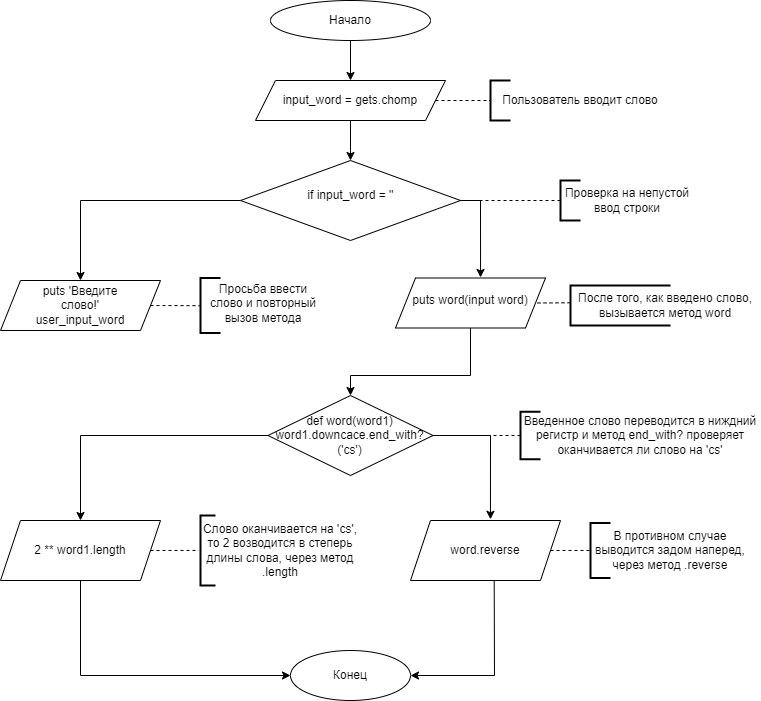
Earlier version of the draw.io export lesson-3/word.drawio.png (Gipnokot/academy-practice). Source tidied: cells renumbered, new cells last; positions are measured from the earlier drawing's top-left corner, leaving out a move shared by most shapes.
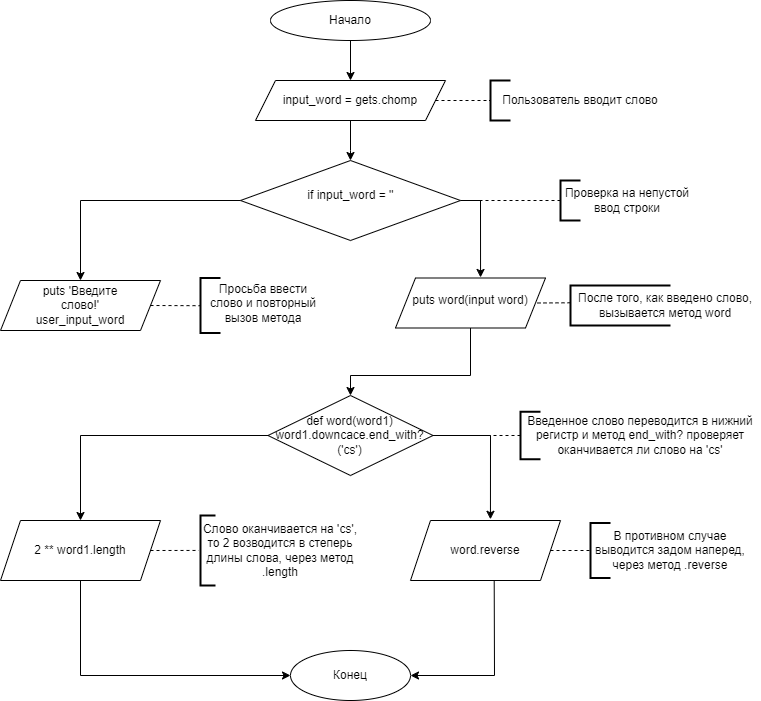
After the change.

Commit message:
Fix for pokemon test and word method block scheme

What changed in the source:
```diff
@@ -157,7 +157,7 @@
     <mxCell id="39" style="strokeWidth=2;html=1;shape=mxgraph.flowchart.annotation_1;align=left;" parent="1" vertex="1">
       <mxGeometry x="520" y="411.2" width="20" height="47.5" as="geometry" />
     </mxCell>
-    <mxCell id="40" value="Введенное слово переводится в ниждний регистр и метод end_with? проверяет оканчивается ли слово на 'cs'" style="text;html=1;align=center;verticalAlign=middle;whiteSpace=wrap;rounded=0;" parent="1" vertex="1">
+    <mxCell id="40" value="Введенное слово переводится в нижний регистр и метод end_with? проверяет оканчивается ли слово на 'cs'" style="text;html=1;align=center;verticalAlign=middle;whiteSpace=wrap;rounded=0;" parent="1" vertex="1">
       <mxGeometry x="520" y="420" width="240" height="30" as="geometry" />
     </mxCell>
     <mxCell id="41" value="2 ** word1.length" style="text;html=1;align=center;verticalAlign=middle;whiteSpace=wrap;rounded=0;" parent="1" vertex="1">
```
